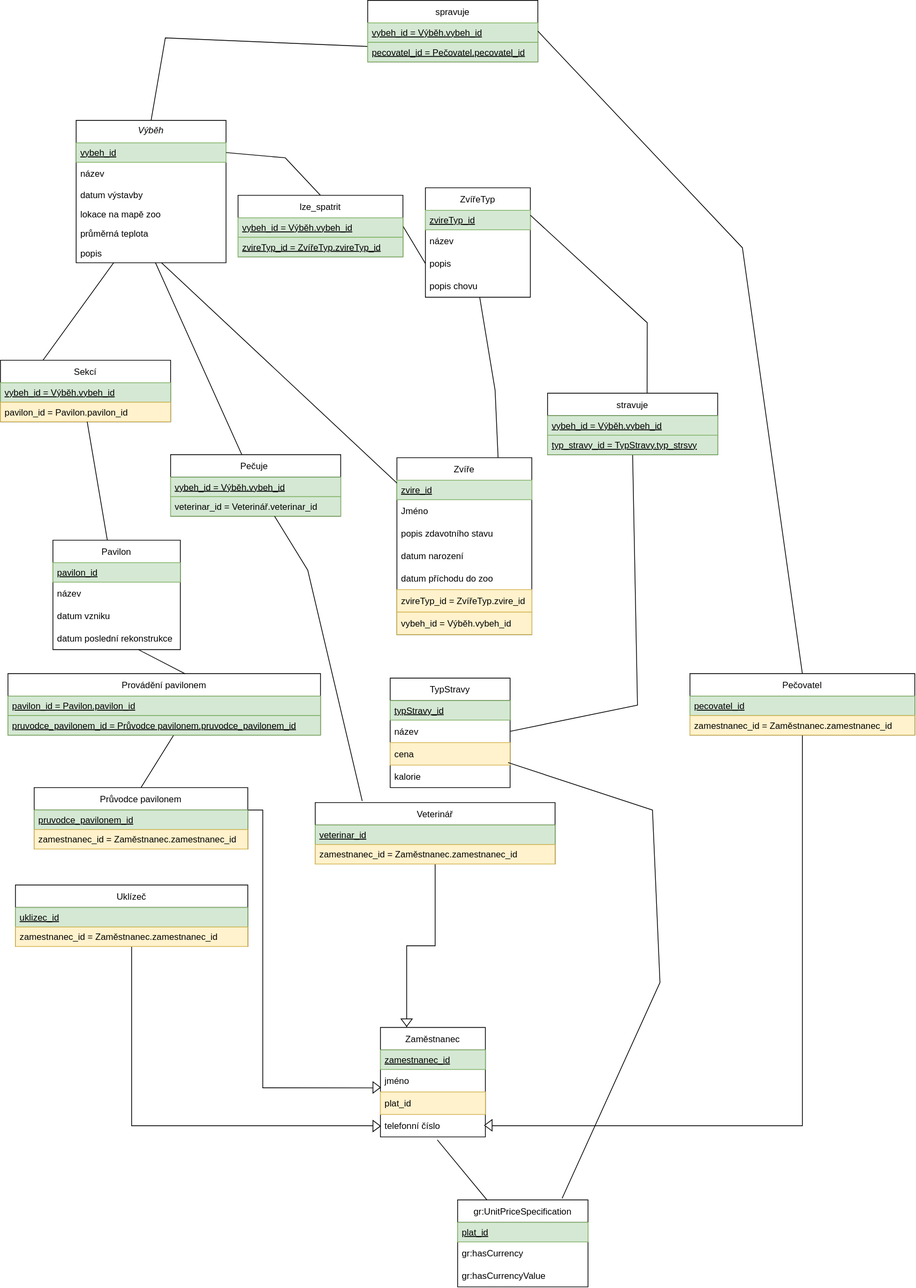
Before: NPRG036-HW4-T3G5/model/model.svg, a diagram exported from draw.io (Belafon/data_formats). Source tidied: cells renumbered, new cells last; positions are measured from the earlier drawing's top-left corner, leaving out a move shared by most shapes.
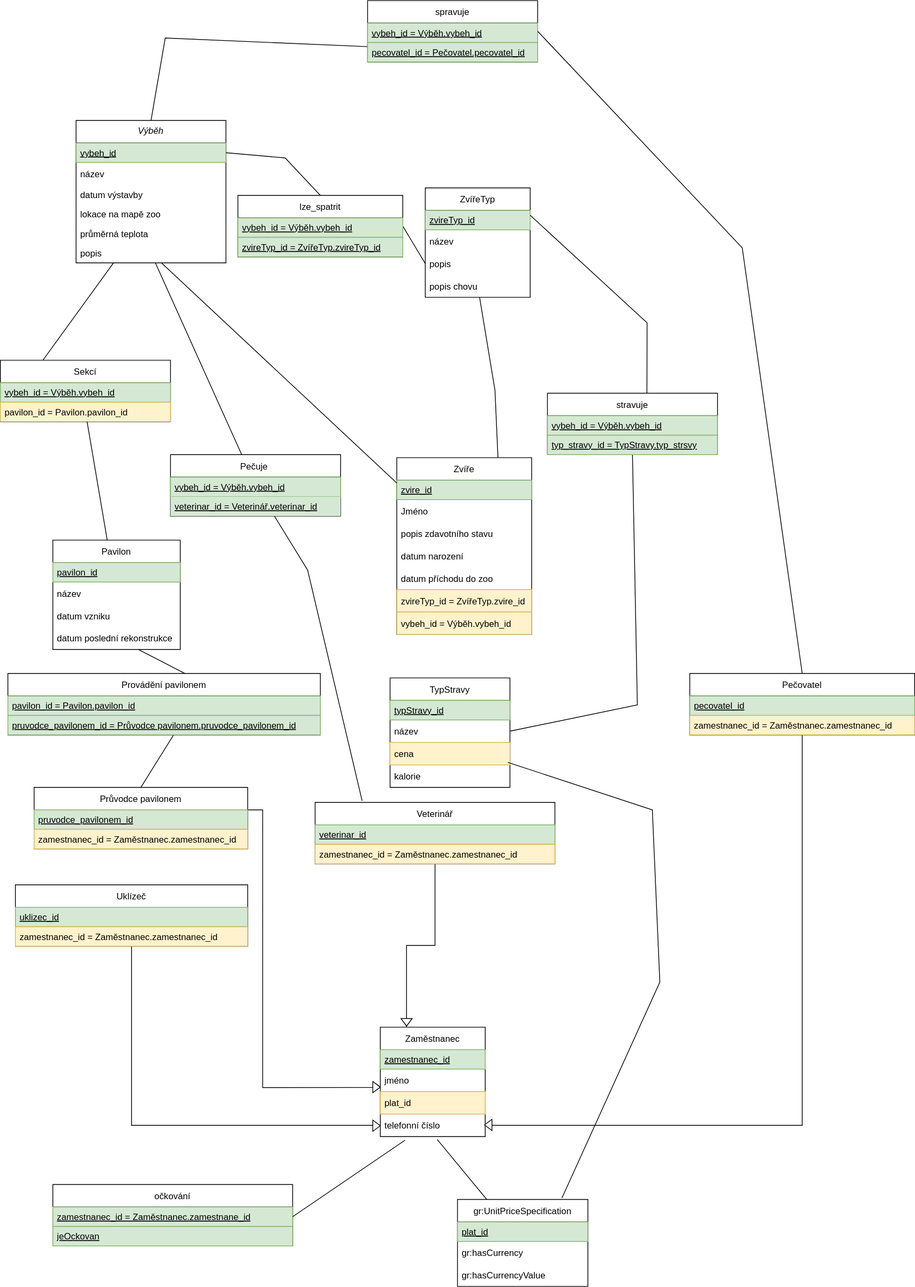
After the change.

What changed in the source:
```diff
@@ -293,7 +293,7 @@
     <mxCell id="87" value="vybeh_id = Výběh.vybeh_id" style="text;align=left;verticalAlign=top;spacingLeft=4;spacingRight=4;overflow=hidden;fontStyle=4;fillColor=#d5e8d4;strokeColor=#82b366;" parent="86" vertex="1">
       <mxGeometry y="30" width="227" height="26" as="geometry" />
     </mxCell>
-    <mxCell id="88" value="veterinar_id = Veterinář.veterinar_id" style="text;align=left;verticalAlign=top;spacingLeft=4;spacingRight=4;overflow=hidden;fontStyle=0;fillColor=#d5e8d4;strokeColor=#82b366;" parent="86" vertex="1">
+    <mxCell id="88" value="veterinar_id = Veterinář.veterinar_id" style="text;align=left;verticalAlign=top;spacingLeft=4;spacingRight=4;overflow=hidden;fontStyle=4;fillColor=#d5e8d4;strokeColor=none;" parent="86" vertex="1">
       <mxGeometry y="56" width="227" height="26" as="geometry" />
     </mxCell>
     <mxCell id="89" style="endArrow=none;html=1;rounded=0;exitX=0.196;exitY=-0.025;exitDx=0;exitDy=0;exitPerimeter=0;" parent="1" edge="1" source="42" target="86">
@@ -326,5 +326,17 @@
         </Array>
       </mxGeometry>
     </mxCell>
+    <mxCell id="96" value="očkování" style="swimlane;fontStyle=0;horizontal=1;startSize=30;" parent="1" vertex="1">
+      <mxGeometry x="70" y="1580" width="320" height="82" as="geometry" />
+    </mxCell>
+    <mxCell id="97" value="zamestnanec_id = Zaměstnanec.zamestnane_id" style="text;align=left;verticalAlign=top;spacingLeft=4;spacingRight=4;overflow=hidden;points=[[0,0.5],[1,0.5]];portConstraint=eastwest;fontStyle=4;fillColor=#d5e8d4;strokeColor=#82b366;" parent="96" vertex="1">
+      <mxGeometry y="30" width="320" height="26" as="geometry" />
+    </mxCell>
+    <mxCell id="98" value="jeOckovan" style="text;align=left;verticalAlign=top;spacingLeft=4;spacingRight=4;overflow=hidden;fontStyle=4;fillColor=#d5e8d4;strokeColor=#82b366;" parent="96" vertex="1">
+      <mxGeometry y="56" width="320" height="26" as="geometry" />
+    </mxCell>
+    <mxCell id="99" style="endArrow=none;html=1;rounded=0;entryX=0.236;entryY=1.162;entryDx=0;entryDy=0;entryPerimeter=0;exitX=1;exitY=0.5;exitDx=0;exitDy=0;" parent="1" edge="1" source="97" target="32">
+      <mxGeometry relative="1" as="geometry" />
+    </mxCell>
   </root>
 </mxGraphModel>
```
